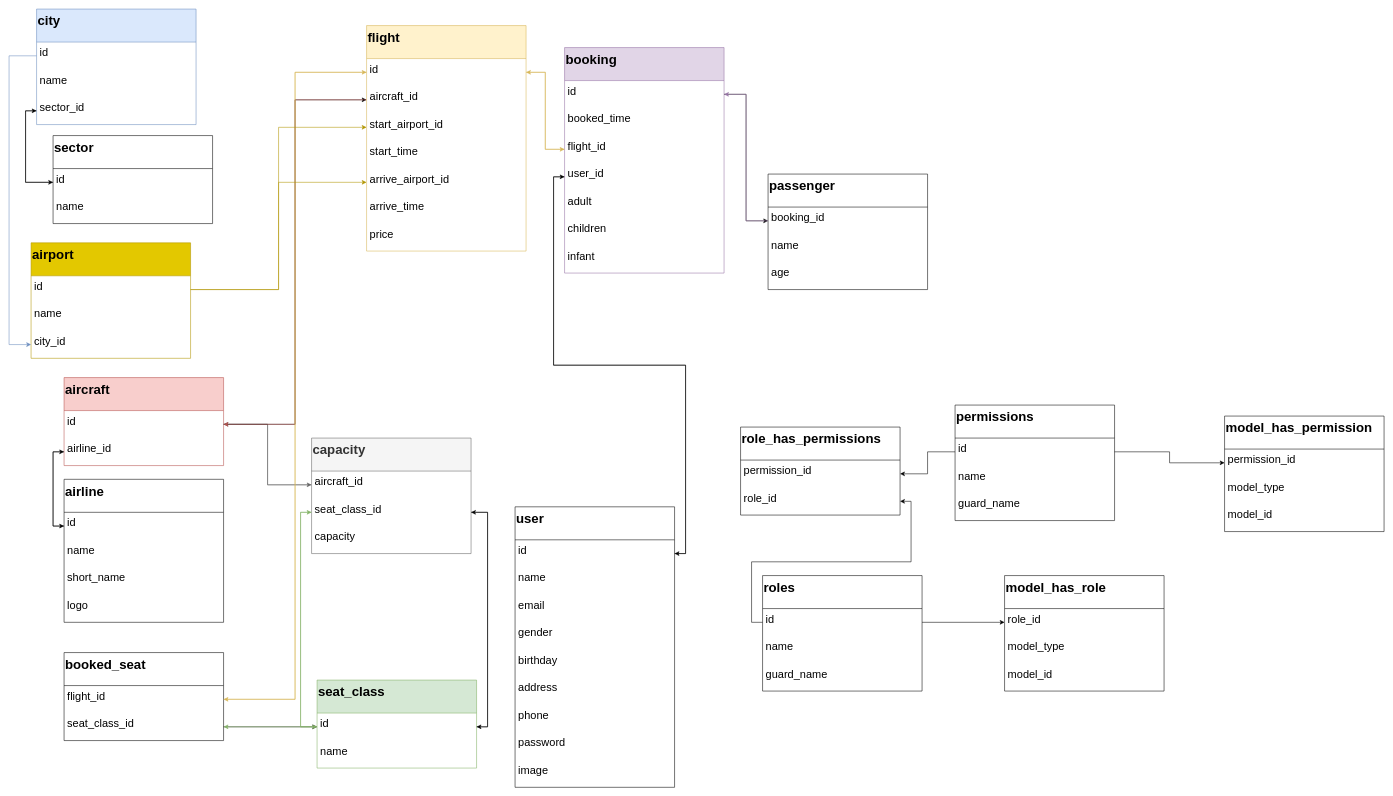
This is Untitled Diagram.drawio from trungkien4723/datvemaybay, a draw.io file, before an edit. Source tidied: cells renumbered, new cells numbered last; positions are measured from the earlier drawing's top-left corner, leaving out a move shared by most shapes. Both pictures are drawn from the tidied source at 55%, with x=0, y=0 at pixel (9, 9).
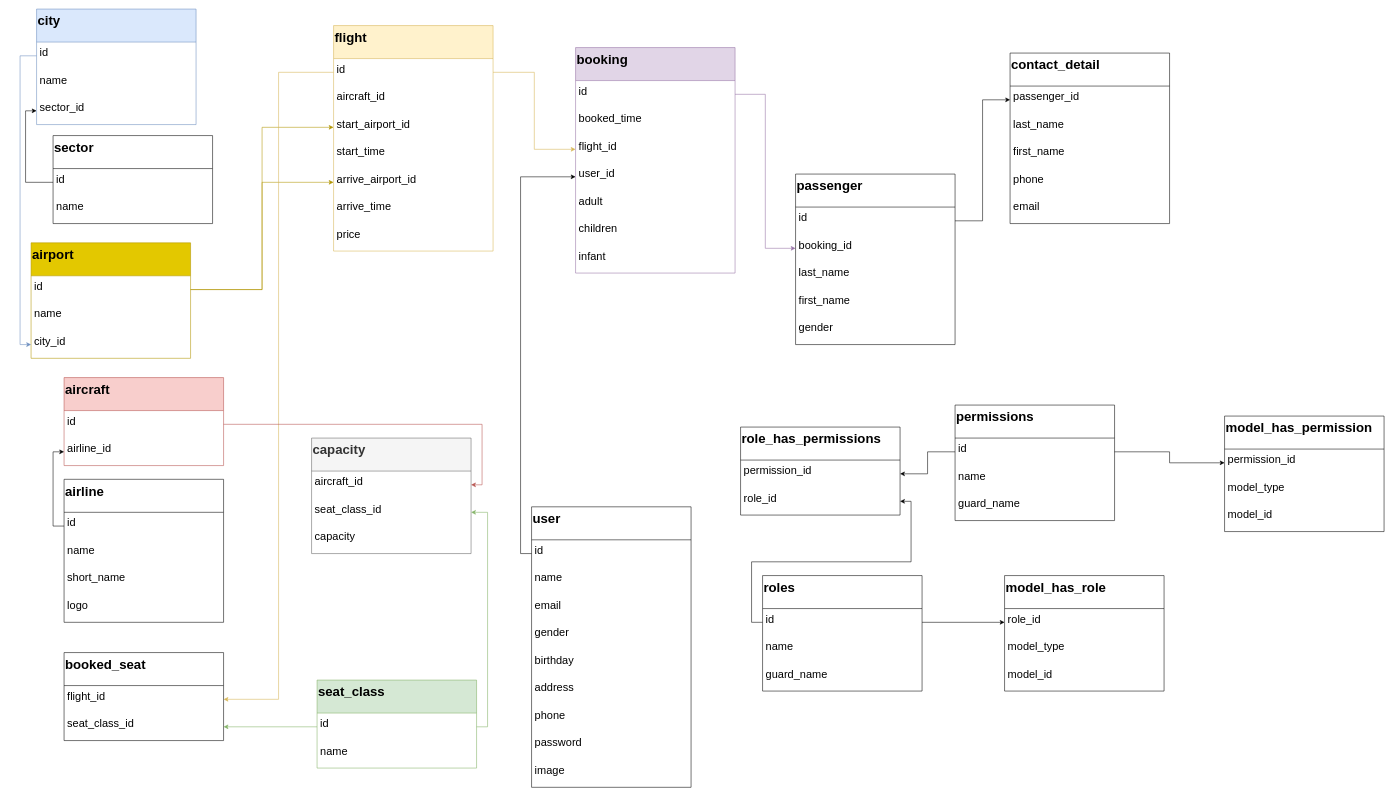
Above is the later version.

Unchanged cells that the change refers to:
```xml
<mxCell id="3" value="id" style="text;strokeColor=none;fillColor=none;align=left;verticalAlign=top;spacingLeft=4;spacingRight=4;overflow=hidden;points=[[0,0.5],[1,0.5]];portConstraint=eastwest;fontSize=20;" parent="2" vertex="1">
  <mxGeometry y="60" width="290" height="50" as="geometry" />
</mxCell>
<mxCell id="4" value="airline_id" style="text;strokeColor=none;fillColor=none;align=left;verticalAlign=top;spacingLeft=4;spacingRight=4;overflow=hidden;points=[[0,0.5],[1,0.5]];portConstraint=eastwest;fontSize=20;" parent="2" vertex="1">
  <mxGeometry y="110" width="290" height="50" as="geometry" />
</mxCell>
<mxCell id="6" value="id" style="text;strokeColor=none;fillColor=none;align=left;verticalAlign=top;spacingLeft=4;spacingRight=4;overflow=hidden;points=[[0,0.5],[1,0.5]];portConstraint=eastwest;fontSize=20;" parent="5" vertex="1">
  <mxGeometry y="60" width="290" height="50" as="geometry" />
</mxCell>
<mxCell id="11" value="flight_id" style="text;strokeColor=none;fillColor=none;align=left;verticalAlign=top;spacingLeft=4;spacingRight=4;overflow=hidden;points=[[0,0.5],[1,0.5]];portConstraint=eastwest;fontSize=20;" parent="10" vertex="1">
  <mxGeometry y="60" width="290" height="50" as="geometry" />
</mxCell>
<mxCell id="12" value="seat_class_id" style="text;strokeColor=none;fillColor=none;align=left;verticalAlign=top;spacingLeft=4;spacingRight=4;overflow=hidden;points=[[0,0.5],[1,0.5]];portConstraint=eastwest;fontSize=20;" parent="10" vertex="1">
  <mxGeometry y="110" width="290" height="50" as="geometry" />
</mxCell>
<mxCell id="14" value="id" style="text;strokeColor=none;fillColor=none;align=left;verticalAlign=top;spacingLeft=4;spacingRight=4;overflow=hidden;points=[[0,0.5],[1,0.5]];portConstraint=eastwest;fontSize=20;" parent="13" vertex="1">
  <mxGeometry y="60" width="290" height="50" as="geometry" />
</mxCell>
<mxCell id="16" value="flight_id" style="text;strokeColor=none;fillColor=none;align=left;verticalAlign=top;spacingLeft=4;spacingRight=4;overflow=hidden;points=[[0,0.5],[1,0.5]];portConstraint=eastwest;fontSize=20;" parent="13" vertex="1">
  <mxGeometry y="160" width="290" height="50" as="geometry" />
</mxCell>
<mxCell id="17" value="user_id" style="text;strokeColor=none;fillColor=none;align=left;verticalAlign=top;spacingLeft=4;spacingRight=4;overflow=hidden;points=[[0,0.5],[1,0.5]];portConstraint=eastwest;fontSize=20;" parent="13" vertex="1">
  <mxGeometry y="210" width="290" height="50" as="geometry" />
</mxCell>
<mxCell id="22" value="aircraft_id" style="text;strokeColor=none;fillColor=none;align=left;verticalAlign=top;spacingLeft=4;spacingRight=4;overflow=hidden;points=[[0,0.5],[1,0.5]];portConstraint=eastwest;fontSize=20;" parent="21" vertex="1">
  <mxGeometry y="60" width="290" height="50" as="geometry" />
</mxCell>
<mxCell id="23" value="seat_class_id" style="text;strokeColor=none;fillColor=none;align=left;verticalAlign=top;spacingLeft=4;spacingRight=4;overflow=hidden;points=[[0,0.5],[1,0.5]];portConstraint=eastwest;fontSize=20;" parent="21" vertex="1">
  <mxGeometry y="110" width="290" height="50" as="geometry" />
</mxCell>
<mxCell id="26" value="id" style="text;strokeColor=none;fillColor=none;align=left;verticalAlign=top;spacingLeft=4;spacingRight=4;overflow=hidden;points=[[0,0.5],[1,0.5]];portConstraint=eastwest;fontSize=20;" parent="25" vertex="1">
  <mxGeometry y="60" width="290" height="50" as="geometry" />
</mxCell>
<mxCell id="28" value="sector_id" style="text;strokeColor=none;fillColor=none;align=left;verticalAlign=top;spacingLeft=4;spacingRight=4;overflow=hidden;points=[[0,0.5],[1,0.5]];portConstraint=eastwest;fontSize=20;" parent="25" vertex="1">
  <mxGeometry y="160" width="290" height="50" as="geometry" />
</mxCell>
<mxCell id="30" value="id" style="text;strokeColor=none;fillColor=none;align=left;verticalAlign=top;spacingLeft=4;spacingRight=4;overflow=hidden;points=[[0,0.5],[1,0.5]];portConstraint=eastwest;fontSize=20;" parent="29" vertex="1">
  <mxGeometry y="60" width="290" height="50" as="geometry" />
</mxCell>
<mxCell id="31" value="aircraft_id" style="text;strokeColor=none;fillColor=none;align=left;verticalAlign=top;spacingLeft=4;spacingRight=4;overflow=hidden;points=[[0,0.5],[1,0.5]];portConstraint=eastwest;fontSize=20;" parent="29" vertex="1">
  <mxGeometry y="110" width="290" height="50" as="geometry" />
</mxCell>
<mxCell id="32" value="start_airport_id" style="text;strokeColor=none;fillColor=none;align=left;verticalAlign=top;spacingLeft=4;spacingRight=4;overflow=hidden;points=[[0,0.5],[1,0.5]];portConstraint=eastwest;fontSize=20;" parent="29" vertex="1">
  <mxGeometry y="160" width="290" height="50" as="geometry" />
</mxCell>
<mxCell id="57" value="id" style="text;strokeColor=none;fillColor=none;align=left;verticalAlign=top;spacingLeft=4;spacingRight=4;overflow=hidden;points=[[0,0.5],[1,0.5]];portConstraint=eastwest;fontSize=20;" parent="56" vertex="1">
  <mxGeometry y="60" width="290" height="50" as="geometry" />
</mxCell>
<mxCell id="60" value="id" style="text;strokeColor=none;fillColor=none;align=left;verticalAlign=top;spacingLeft=4;spacingRight=4;overflow=hidden;points=[[0,0.5],[1,0.5]];portConstraint=eastwest;fontSize=20;" parent="59" vertex="1">
  <mxGeometry y="60" width="290" height="50" as="geometry" />
</mxCell>
<mxCell id="63" value="id" style="text;strokeColor=none;fillColor=none;align=left;verticalAlign=top;spacingLeft=4;spacingRight=4;overflow=hidden;points=[[0,0.5],[1,0.5]];portConstraint=eastwest;fontSize=20;" parent="62" vertex="1">
  <mxGeometry y="60" width="290" height="50" as="geometry" />
</mxCell>
<mxCell id="103" value="id" style="text;strokeColor=none;fillColor=none;align=left;verticalAlign=top;spacingLeft=4;spacingRight=4;overflow=hidden;points=[[0,0.5],[1,0.5]];portConstraint=eastwest;fontSize=20;" parent="102" vertex="1">
  <mxGeometry y="60" width="290" height="50" as="geometry" />
</mxCell>
<mxCell id="105" value="city_id" style="text;strokeColor=none;fillColor=none;align=left;verticalAlign=top;spacingLeft=4;spacingRight=4;overflow=hidden;points=[[0,0.5],[1,0.5]];portConstraint=eastwest;fontSize=20;" parent="102" vertex="1">
  <mxGeometry y="160" width="290" height="50" as="geometry" />
</mxCell>
```

Diff of the diagram source:
```diff
@@
     <mxCell id="13" value="booking" style="swimlane;fontStyle=1;horizontal=1;startSize=60;fontSize=24;strokeColor=#9673a6;align=left;verticalAlign=top;fillColor=#e1d5e7;" parent="1" vertex="1">
-      <mxGeometry x="1010" y="70" width="290" height="410" as="geometry" />
+      <mxGeometry x="1030" y="70" width="290" height="410" as="geometry" />
     </mxCell>
@@
     <mxCell id="29" value="flight" style="swimlane;fontStyle=1;horizontal=1;startSize=60;fontSize=24;strokeColor=#d6b656;align=left;verticalAlign=top;fillColor=#fff2cc;" parent="1" vertex="1">
-      <mxGeometry x="650" y="30" width="290" height="410" as="geometry" />
+      <mxGeometry x="590" y="30" width="290" height="410" as="geometry" />
     </mxCell>
@@
     <mxCell id="45" value="passenger" style="swimlane;fontStyle=1;horizontal=1;startSize=60;fontSize=24;strokeColor=#000000;align=left;verticalAlign=top;" parent="1" vertex="1">
-      <mxGeometry x="1380" y="300" width="290" height="210" as="geometry" />
+      <mxGeometry x="1430" y="300" width="290" height="310" as="geometry" />
     </mxCell>
-    <mxCell id="46" value="booking_id" style="text;strokeColor=none;fillColor=none;align=left;verticalAlign=top;spacingLeft=4;spacingRight=4;overflow=hidden;points=[[0,0.5],[1,0.5]];portConstraint=eastwest;fontSize=20;" parent="45" vertex="1">
+    <mxCell id="46" value="id" style="text;strokeColor=none;fillColor=none;align=left;verticalAlign=top;spacingLeft=4;spacingRight=4;overflow=hidden;points=[[0,0.5],[1,0.5]];portConstraint=eastwest;fontSize=20;" parent="45" vertex="1">
       <mxGeometry y="60" width="290" height="50" as="geometry" />
     </mxCell>
+    <mxCell id="109" value="booking_id" style="text;strokeColor=none;fillColor=none;align=left;verticalAlign=top;spacingLeft=4;spacingRight=4;overflow=hidden;points=[[0,0.5],[1,0.5]];portConstraint=eastwest;fontSize=20;" parent="45" vertex="1">
+      <mxGeometry y="110" width="290" height="50" as="geometry" />
+    </mxCell>
-    <mxCell id="47" value="name" style="text;strokeColor=none;fillColor=none;align=left;verticalAlign=top;spacingLeft=4;spacingRight=4;overflow=hidden;fontSize=20;" parent="45" vertex="1">
-      <mxGeometry y="110" width="290" height="50" as="geometry" />
+    <mxCell id="47" value="last_name" style="text;strokeColor=none;fillColor=none;align=left;verticalAlign=top;spacingLeft=4;spacingRight=4;overflow=hidden;fontSize=20;" parent="45" vertex="1">
+      <mxGeometry y="160" width="290" height="50" as="geometry" />
     </mxCell>
+    <mxCell id="110" value="first_name" style="text;strokeColor=none;fillColor=none;align=left;verticalAlign=top;spacingLeft=4;spacingRight=4;overflow=hidden;fontSize=20;" parent="45" vertex="1">
+      <mxGeometry y="210" width="290" height="50" as="geometry" />
+    </mxCell>
-    <mxCell id="48" value="age" style="text;strokeColor=none;fillColor=none;align=left;verticalAlign=top;spacingLeft=4;spacingRight=4;overflow=hidden;fontSize=20;" parent="45" vertex="1">
-      <mxGeometry y="160" width="290" height="50" as="geometry" />
+    <mxCell id="48" value="gender" style="text;strokeColor=none;fillColor=none;align=left;verticalAlign=top;spacingLeft=4;spacingRight=4;overflow=hidden;fontSize=20;" parent="45" vertex="1">
+      <mxGeometry y="260" width="290" height="50" as="geometry" />
     </mxCell>
@@
     <mxCell id="62" value="user" style="swimlane;fontStyle=1;horizontal=1;startSize=60;fontSize=24;strokeColor=#000000;align=left;verticalAlign=top;" parent="1" vertex="1">
-      <mxGeometry x="920" y="905" width="290" height="510" as="geometry" />
+      <mxGeometry x="950" y="905" width="290" height="510" as="geometry" />
     </mxCell>
@@
-    <mxCell id="80" style="edgeStyle=orthogonalEdgeStyle;rounded=0;jettySize=auto;html=1;exitX=1;exitY=0.5;exitDx=0;exitDy=0;entryX=0;entryY=0.5;entryDx=0;entryDy=0;fontSize=20;" parent="1" edge="1" source="12" target="57">
-      <mxGeometry relative="1" as="geometry" />
-    </mxCell>
-    <mxCell id="81" style="edgeStyle=orthogonalEdgeStyle;rounded=0;jettySize=auto;html=1;exitX=0;exitY=0.5;exitDx=0;exitDy=0;entryX=1;entryY=0.5;entryDx=0;entryDy=0;fontSize=20;fillColor=#d5e8d4;strokeColor=#82b366;" parent="1" edge="1" source="57" target="12">
-      <mxGeometry relative="1" as="geometry" />
-    </mxCell>
-    <mxCell id="82" style="edgeStyle=orthogonalEdgeStyle;rounded=0;jettySize=auto;html=1;exitX=1;exitY=0.5;exitDx=0;exitDy=0;entryX=0;entryY=0.5;entryDx=0;entryDy=0;fontSize=20;fillColor=#f5f5f5;strokeColor=#666666;" parent="1" edge="1" source="3" target="22">
-      <mxGeometry relative="1" as="geometry" />
-    </mxCell>
-    <mxCell id="83" style="edgeStyle=orthogonalEdgeStyle;rounded=0;jettySize=auto;html=1;exitX=0;exitY=0.5;exitDx=0;exitDy=0;entryX=1;entryY=0.5;entryDx=0;entryDy=0;fontSize=20;fillColor=#f5f5f5;strokeColor=#666666;" parent="1" edge="1" source="22" target="3">
-      <mxGeometry relative="1" as="geometry" />
-    </mxCell>
-    <mxCell id="84" style="edgeStyle=orthogonalEdgeStyle;rounded=0;jettySize=auto;html=1;exitX=1;exitY=0.5;exitDx=0;exitDy=0;entryX=1;entryY=0.5;entryDx=0;entryDy=0;fontSize=20;" parent="1" edge="1" source="57" target="23">
-      <mxGeometry relative="1" as="geometry" />
-    </mxCell>
-    <mxCell id="85" style="edgeStyle=orthogonalEdgeStyle;rounded=0;jettySize=auto;html=1;exitX=1;exitY=0.5;exitDx=0;exitDy=0;entryX=1;entryY=0.5;entryDx=0;entryDy=0;fontSize=20;" parent="1" edge="1" source="23" target="57">
-      <mxGeometry relative="1" as="geometry" />
-    </mxCell>
-    <mxCell id="86" style="edgeStyle=orthogonalEdgeStyle;rounded=0;jettySize=auto;html=1;exitX=1;exitY=0.5;exitDx=0;exitDy=0;entryX=0;entryY=0.5;entryDx=0;entryDy=0;fontSize=20;" parent="1" edge="1" source="14" target="46">
-      <mxGeometry relative="1" as="geometry" />
-    </mxCell>
-    <mxCell id="87" style="edgeStyle=orthogonalEdgeStyle;rounded=0;jettySize=auto;html=1;exitX=0;exitY=0.5;exitDx=0;exitDy=0;entryX=1;entryY=0.5;entryDx=0;entryDy=0;fontSize=20;fillColor=#e1d5e7;strokeColor=#9673a6;" parent="1" edge="1" source="46" target="14">
-      <mxGeometry relative="1" as="geometry" />
-    </mxCell>
-    <mxCell id="88" style="edgeStyle=orthogonalEdgeStyle;rounded=0;jettySize=auto;html=1;exitX=1;exitY=0.5;exitDx=0;exitDy=0;entryX=0;entryY=0.5;entryDx=0;entryDy=0;fontSize=20;" parent="1" edge="1" source="63" target="17">
-      <mxGeometry relative="1" as="geometry" />
-    </mxCell>
-    <mxCell id="89" style="edgeStyle=orthogonalEdgeStyle;rounded=0;jettySize=auto;html=1;exitX=0;exitY=0.5;exitDx=0;exitDy=0;entryX=1;entryY=0.5;entryDx=0;entryDy=0;fontSize=20;" parent="1" edge="1" source="17" target="63">
-      <mxGeometry relative="1" as="geometry" />
-    </mxCell>
-    <mxCell id="90" style="edgeStyle=orthogonalEdgeStyle;rounded=0;jettySize=auto;html=1;exitX=0;exitY=0.5;exitDx=0;exitDy=0;entryX=1;entryY=0.5;entryDx=0;entryDy=0;fontSize=20;fillColor=#fff2cc;strokeColor=#d6b656;" parent="1" edge="1" source="16" target="30">
-      <mxGeometry relative="1" as="geometry" />
-    </mxCell>
-    <mxCell id="91" style="edgeStyle=orthogonalEdgeStyle;rounded=0;jettySize=auto;html=1;exitX=1;exitY=0.5;exitDx=0;exitDy=0;entryX=0;entryY=0.5;entryDx=0;entryDy=0;fontSize=20;fillColor=#fff2cc;strokeColor=#d6b656;" parent="1" edge="1" source="30" target="16">
-      <mxGeometry relative="1" as="geometry" />
-    </mxCell>
-    <mxCell id="92" style="edgeStyle=orthogonalEdgeStyle;rounded=0;jettySize=auto;html=1;exitX=0;exitY=0.5;exitDx=0;exitDy=0;entryX=0;entryY=0.5;entryDx=0;entryDy=0;fontSize=20;" parent="1" edge="1" source="28" target="60">
-      <mxGeometry relative="1" as="geometry" />
-    </mxCell>
-    <mxCell id="93" style="edgeStyle=orthogonalEdgeStyle;rounded=0;jettySize=auto;html=1;exitX=0;exitY=0.5;exitDx=0;exitDy=0;entryX=0;entryY=0.5;entryDx=0;entryDy=0;fontSize=20;" parent="1" edge="1" source="60" target="28">
-      <mxGeometry relative="1" as="geometry" />
-    </mxCell>
-    <mxCell id="94" style="edgeStyle=orthogonalEdgeStyle;rounded=0;jettySize=auto;html=1;exitX=1;exitY=0.5;exitDx=0;exitDy=0;entryX=0;entryY=0.5;entryDx=0;entryDy=0;fontSize=20;" parent="1" edge="1" source="3" target="31">
-      <mxGeometry relative="1" as="geometry" />
-    </mxCell>
-    <mxCell id="95" style="edgeStyle=orthogonalEdgeStyle;rounded=0;jettySize=auto;html=1;exitX=0;exitY=0.5;exitDx=0;exitDy=0;entryX=1;entryY=0.5;entryDx=0;entryDy=0;fontSize=20;fillColor=#f8cecc;strokeColor=#b85450;" parent="1" edge="1" source="31" target="3">
-      <mxGeometry relative="1" as="geometry" />
-    </mxCell>
-    <mxCell id="96" style="edgeStyle=orthogonalEdgeStyle;rounded=0;jettySize=auto;html=1;exitX=0;exitY=0.5;exitDx=0;exitDy=0;entryX=0;entryY=0.5;entryDx=0;entryDy=0;fontSize=20;" parent="1" edge="1" source="6" target="4">
-      <mxGeometry relative="1" as="geometry" />
-    </mxCell>
-    <mxCell id="97" style="edgeStyle=orthogonalEdgeStyle;rounded=0;jettySize=auto;html=1;exitX=0;exitY=0.5;exitDx=0;exitDy=0;entryX=0;entryY=0.5;entryDx=0;entryDy=0;fontSize=20;" parent="1" edge="1" source="4" target="6">
-      <mxGeometry relative="1" as="geometry" />
-    </mxCell>
-    <mxCell id="98" style="edgeStyle=orthogonalEdgeStyle;rounded=0;jettySize=auto;html=1;exitX=0;exitY=0.5;exitDx=0;exitDy=0;entryX=0;entryY=0.5;entryDx=0;entryDy=0;fontSize=20;fillColor=#d5e8d4;strokeColor=#82b366;" parent="1" edge="1" source="57" target="23">
-      <mxGeometry relative="1" as="geometry" />
-    </mxCell>
-    <mxCell id="99" style="edgeStyle=orthogonalEdgeStyle;rounded=0;jettySize=auto;html=1;exitX=0;exitY=0.5;exitDx=0;exitDy=0;entryX=0;entryY=0.5;entryDx=0;entryDy=0;fontSize=20;fillColor=#d5e8d4;strokeColor=#82b366;" parent="1" edge="1" source="23" target="57">
-      <mxGeometry relative="1" as="geometry" />
-    </mxCell>
-    <mxCell id="100" style="edgeStyle=orthogonalEdgeStyle;rounded=0;jettySize=auto;html=1;exitX=0;exitY=0.5;exitDx=0;exitDy=0;entryX=1;entryY=0.5;entryDx=0;entryDy=0;fontSize=20;fillColor=#fff2cc;strokeColor=#d6b656;" parent="1" edge="1" source="30" target="11">
-      <mxGeometry relative="1" as="geometry" />
-    </mxCell>
-    <mxCell id="101" style="edgeStyle=orthogonalEdgeStyle;rounded=0;jettySize=auto;html=1;exitX=1;exitY=0.5;exitDx=0;exitDy=0;entryX=0;entryY=0.5;entryDx=0;entryDy=0;fontSize=20;fillColor=#fff2cc;strokeColor=#d6b656;" parent="1" edge="1" source="11" target="30">
-      <mxGeometry relative="1" as="geometry" />
-    </mxCell>
@@
     <mxCell id="106" style="edgeStyle=orthogonalEdgeStyle;rounded=0;jettySize=auto;html=1;exitX=0;exitY=0.5;exitDx=0;exitDy=0;entryX=0;entryY=0.5;entryDx=0;entryDy=0;fillColor=#dae8fc;strokeColor=#6c8ebf;" parent="1" edge="1" source="26" target="105">
-      <mxGeometry relative="1" as="geometry">
-        <Array as="points">
-          <mxPoint y="85" />
-          <mxPoint y="610" />
-        </Array>
-      </mxGeometry>
+      <mxGeometry relative="1" as="geometry" />
     </mxCell>
+    <mxCell id="93" style="edgeStyle=orthogonalEdgeStyle;rounded=0;jettySize=auto;html=1;exitX=0;exitY=0.5;exitDx=0;exitDy=0;entryX=0;entryY=0.5;entryDx=0;entryDy=0;" parent="1" edge="1" source="60" target="28">
+      <mxGeometry relative="1" as="geometry" />
+    </mxCell>
-    <mxCell id="107" style="edgeStyle=orthogonalEdgeStyle;rounded=0;jettySize=auto;html=1;exitX=1;exitY=0.5;exitDx=0;exitDy=0;entryX=0;entryY=0.5;entryDx=0;entryDy=0;fillColor=#e3c800;strokeColor=#B09500;" parent="1" edge="1" source="103" target="32">
+    <mxCell id="107" style="edgeStyle=orthogonalEdgeStyle;rounded=0;jettySize=auto;html=1;exitX=1;exitY=0.5;exitDx=0;exitDy=0;fillColor=#e3c800;strokeColor=#B09500;" parent="1" edge="1" source="103" target="32">
       <mxGeometry relative="1" as="geometry" />
     </mxCell>
@@
+    <mxCell id="96" style="edgeStyle=orthogonalEdgeStyle;rounded=0;jettySize=auto;html=1;exitX=0;exitY=0.5;exitDx=0;exitDy=0;entryX=0;entryY=0.5;entryDx=0;entryDy=0;" parent="1" edge="1" source="6" target="4">
+      <mxGeometry relative="1" as="geometry" />
+    </mxCell>
+    <mxCell id="100" style="edgeStyle=orthogonalEdgeStyle;rounded=0;jettySize=auto;html=1;exitX=0;exitY=0.5;exitDx=0;exitDy=0;entryX=1;entryY=0.5;entryDx=0;entryDy=0;fillColor=#fff2cc;strokeColor=#d6b656;" parent="1" edge="1" source="30" target="11">
+      <mxGeometry relative="1" as="geometry" />
+    </mxCell>
+    <mxCell id="81" style="edgeStyle=orthogonalEdgeStyle;rounded=0;jettySize=auto;html=1;exitX=0;exitY=0.5;exitDx=0;exitDy=0;entryX=1;entryY=0.5;entryDx=0;entryDy=0;fillColor=#d5e8d4;strokeColor=#82b366;" parent="1" edge="1" source="57" target="12">
+      <mxGeometry relative="1" as="geometry" />
+    </mxCell>
+    <mxCell id="111" style="edgeStyle=orthogonalEdgeStyle;rounded=0;jettySize=auto;html=1;exitX=1;exitY=0.5;exitDx=0;exitDy=0;entryX=1;entryY=0.5;entryDx=0;entryDy=0;fillColor=#d5e8d4;strokeColor=#82b366;" parent="1" edge="1" source="57" target="23">
+      <mxGeometry relative="1" as="geometry" />
+    </mxCell>
+    <mxCell id="82" style="edgeStyle=orthogonalEdgeStyle;rounded=0;jettySize=auto;html=1;exitX=1;exitY=0.5;exitDx=0;exitDy=0;entryX=1;entryY=0.5;entryDx=0;entryDy=0;fillColor=#f8cecc;strokeColor=#b85450;" parent="1" edge="1" source="3" target="22">
+      <mxGeometry relative="1" as="geometry" />
+    </mxCell>
+    <mxCell id="88" style="edgeStyle=orthogonalEdgeStyle;rounded=0;jettySize=auto;html=1;exitX=0;exitY=0.5;exitDx=0;exitDy=0;entryX=0;entryY=0.5;entryDx=0;entryDy=0;" parent="1" edge="1" source="63" target="17">
+      <mxGeometry relative="1" as="geometry" />
+    </mxCell>
+    <mxCell id="91" style="edgeStyle=orthogonalEdgeStyle;rounded=0;jettySize=auto;html=1;exitX=1;exitY=0.5;exitDx=0;exitDy=0;entryX=0;entryY=0.5;entryDx=0;entryDy=0;fillColor=#fff2cc;strokeColor=#d6b656;" parent="1" edge="1" source="30" target="16">
+      <mxGeometry relative="1" as="geometry" />
+    </mxCell>
+    <mxCell id="112" style="edgeStyle=orthogonalEdgeStyle;rounded=0;jettySize=auto;html=1;exitX=1;exitY=0.5;exitDx=0;exitDy=0;entryX=0;entryY=0.5;entryDx=0;entryDy=0;fillColor=#e1d5e7;strokeColor=#9673a6;" parent="1" edge="1" source="14" target="109">
+      <mxGeometry relative="1" as="geometry" />
+    </mxCell>
+    <mxCell id="113" value="contact_detail&#10;" style="swimlane;fontStyle=1;horizontal=1;startSize=60;fontSize=24;strokeColor=#000000;align=left;verticalAlign=top;" parent="1" vertex="1">
+      <mxGeometry x="1820" y="80" width="290" height="310" as="geometry" />
+    </mxCell>
+    <mxCell id="114" value="passenger_id" style="text;strokeColor=none;fillColor=none;align=left;verticalAlign=top;spacingLeft=4;spacingRight=4;overflow=hidden;points=[[0,0.5],[1,0.5]];portConstraint=eastwest;fontSize=20;" parent="113" vertex="1">
+      <mxGeometry y="60" width="290" height="50" as="geometry" />
+    </mxCell>
+    <mxCell id="115" value="last_name" style="text;strokeColor=none;fillColor=none;align=left;verticalAlign=top;spacingLeft=4;spacingRight=4;overflow=hidden;fontSize=20;" parent="113" vertex="1">
+      <mxGeometry y="110" width="290" height="50" as="geometry" />
+    </mxCell>
+    <mxCell id="116" value="first_name" style="text;strokeColor=none;fillColor=none;align=left;verticalAlign=top;spacingLeft=4;spacingRight=4;overflow=hidden;fontSize=20;" parent="113" vertex="1">
+      <mxGeometry y="160" width="290" height="50" as="geometry" />
+    </mxCell>
+    <mxCell id="117" value="phone" style="text;strokeColor=none;fillColor=none;align=left;verticalAlign=top;spacingLeft=4;spacingRight=4;overflow=hidden;fontSize=20;" parent="113" vertex="1">
+      <mxGeometry y="210" width="290" height="50" as="geometry" />
+    </mxCell>
+    <mxCell id="118" value="email" style="text;strokeColor=none;fillColor=none;align=left;verticalAlign=top;spacingLeft=4;spacingRight=4;overflow=hidden;fontSize=20;" parent="113" vertex="1">
+      <mxGeometry y="260" width="290" height="50" as="geometry" />
+    </mxCell>
+    <mxCell id="119" style="edgeStyle=orthogonalEdgeStyle;rounded=0;jettySize=auto;html=1;exitX=1;exitY=0.5;exitDx=0;exitDy=0;entryX=0;entryY=0.5;entryDx=0;entryDy=0;" parent="1" edge="1" source="46" target="114">
+      <mxGeometry relative="1" as="geometry" />
+    </mxCell>
```
